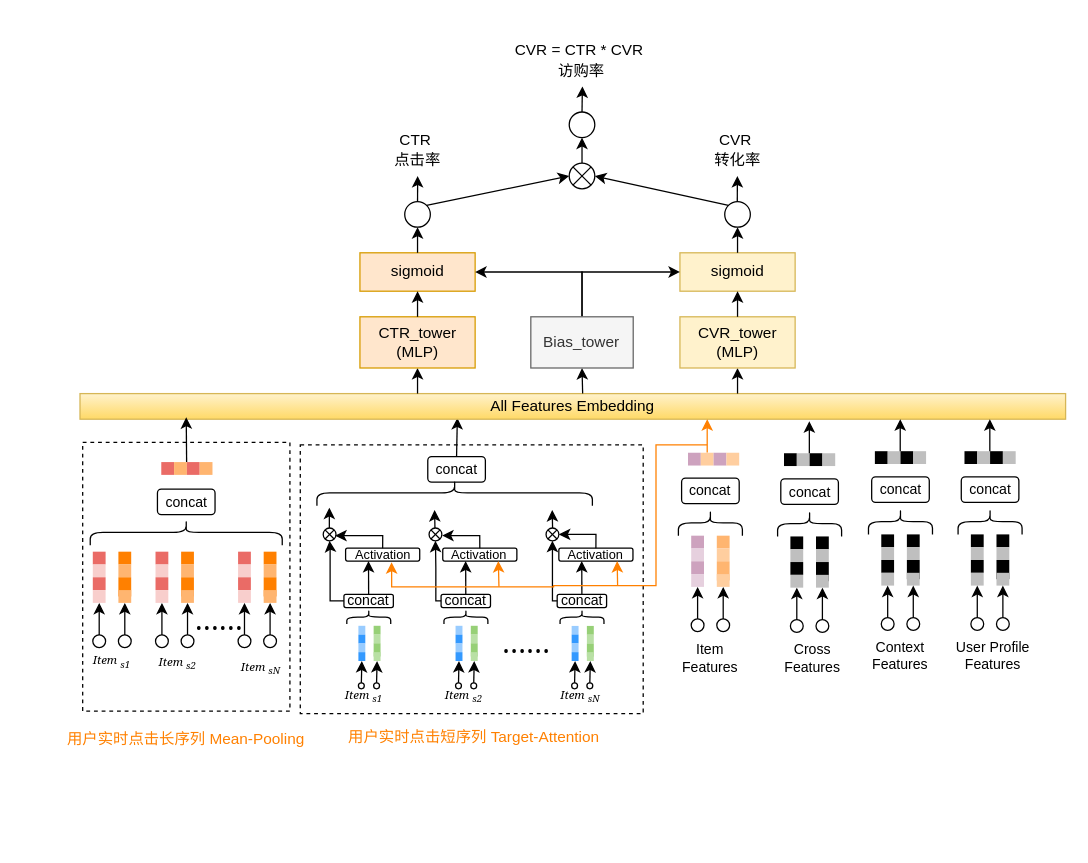
Above: 会场推荐Base模型.drawio in cosinalee/HeteroGraph (draw.io), before the change. Source tidied: cells renumbered, new cells numbered last; positions are measured from the earlier drawing's top-left corner, leaving out a move shared by most shapes. Both pictures are drawn from the tidied source at 128%, with x=0, y=0 at pixel (22, 22).
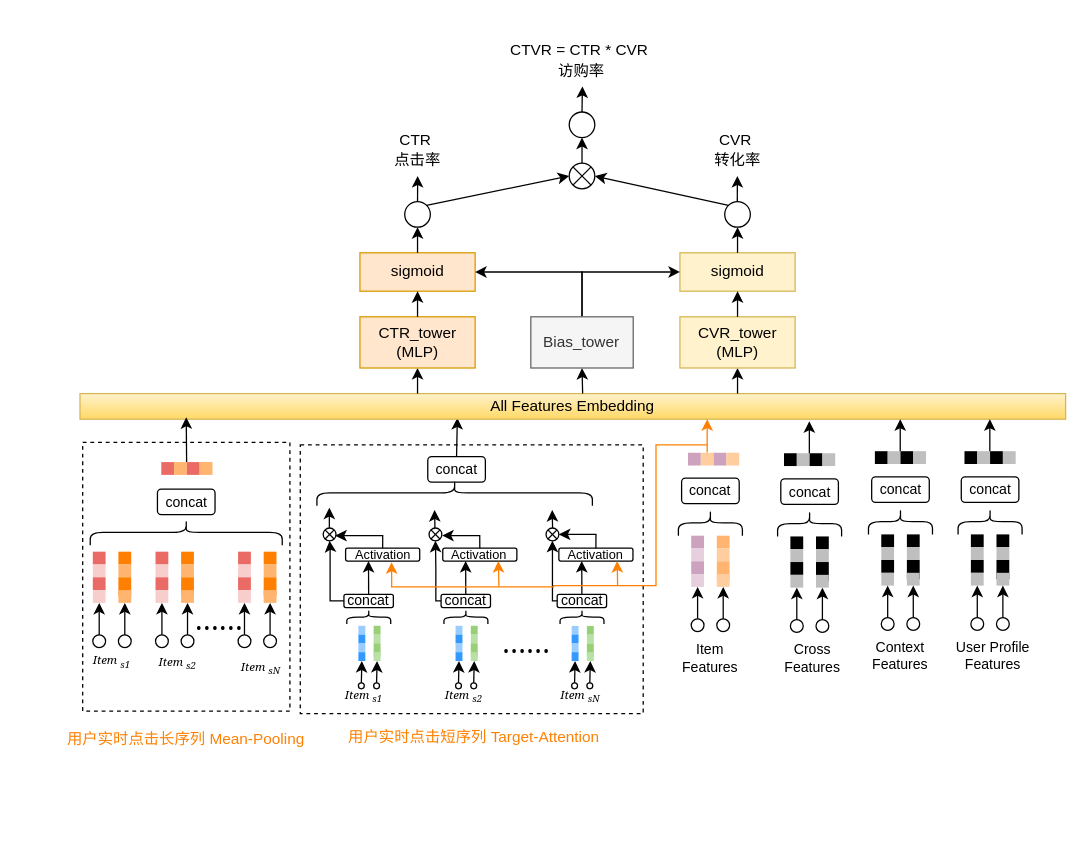
Above is the later version.

Commit message:
更新会场推荐Base模型.drawio

Change to the diagram source:
```diff
@@
-    <mxCell id="258" value="&lt;font style=&quot;font-size: 12px;&quot;&gt;CVR = CTR * CVR&amp;nbsp;&lt;/font&gt;&lt;div style=&quot;font-size: 12px;&quot;&gt;&lt;font style=&quot;font-size: 12px;&quot;&gt;访购率&lt;/font&gt;&lt;/div&gt;" style="text;html=1;strokeColor=none;fillColor=none;align=center;verticalAlign=middle;whiteSpace=wrap;rounded=0;fontSize=21;" parent="1" vertex="1">
+    <mxCell id="258" value="&lt;font style=&quot;font-size: 12px;&quot;&gt;CTVR = CTR * CVR&amp;nbsp;&lt;/font&gt;&lt;div style=&quot;font-size: 12px;&quot;&gt;&lt;font style=&quot;font-size: 12px;&quot;&gt;访购率&lt;/font&gt;&lt;/div&gt;" style="text;html=1;strokeColor=none;fillColor=none;align=center;verticalAlign=middle;whiteSpace=wrap;rounded=0;fontSize=21;" parent="1" vertex="1">
       <mxGeometry x="374.2" width="125.9" height="50" as="geometry" />
     </mxCell>
```
